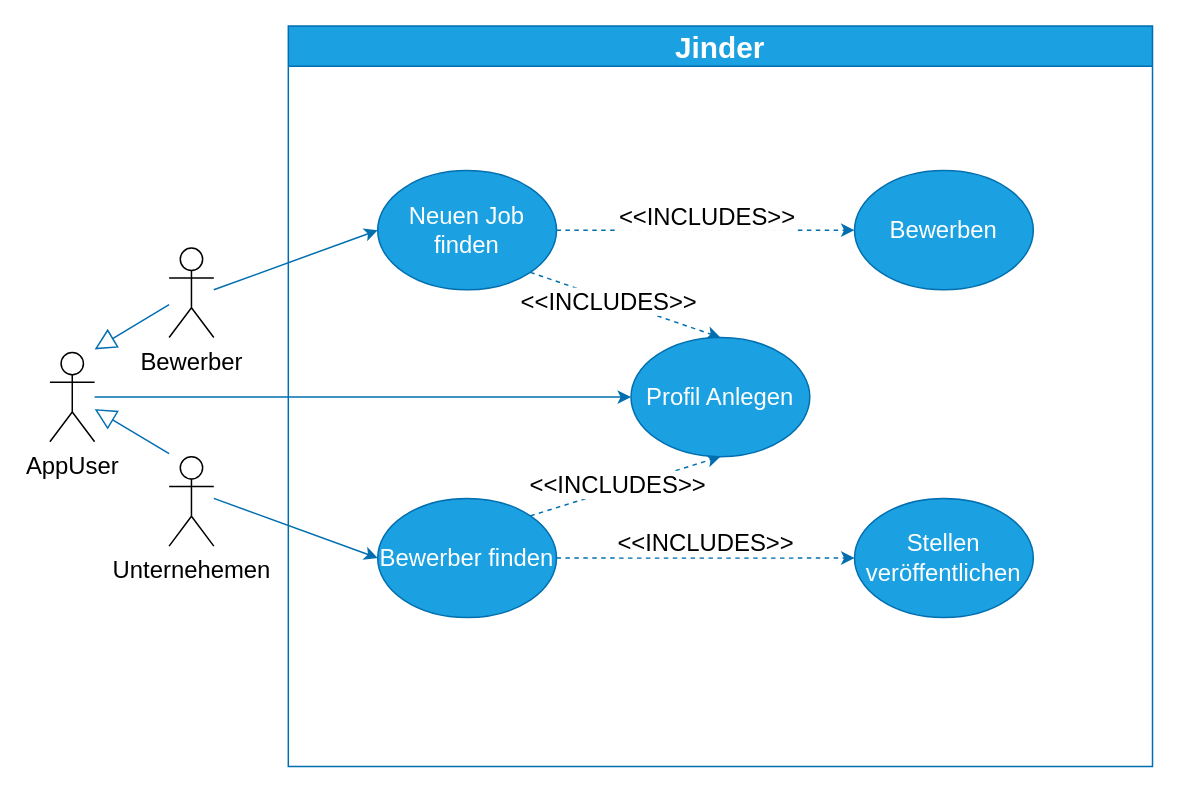
Earlier version of the draw.io diagram page "Anwendungsfalldiagramm" (2 of 3) of presentations/ERM.drawio (tnutzmann/JeeBewerbungsTool). Source tidied: cells renumbered, new cells numbered last; positions are measured from the earlier drawing's top-left corner, leaving out a move shared by most shapes. Both pictures are drawn from the tidied source at 149%, with x=0, y=0 at pixel (49, 25).
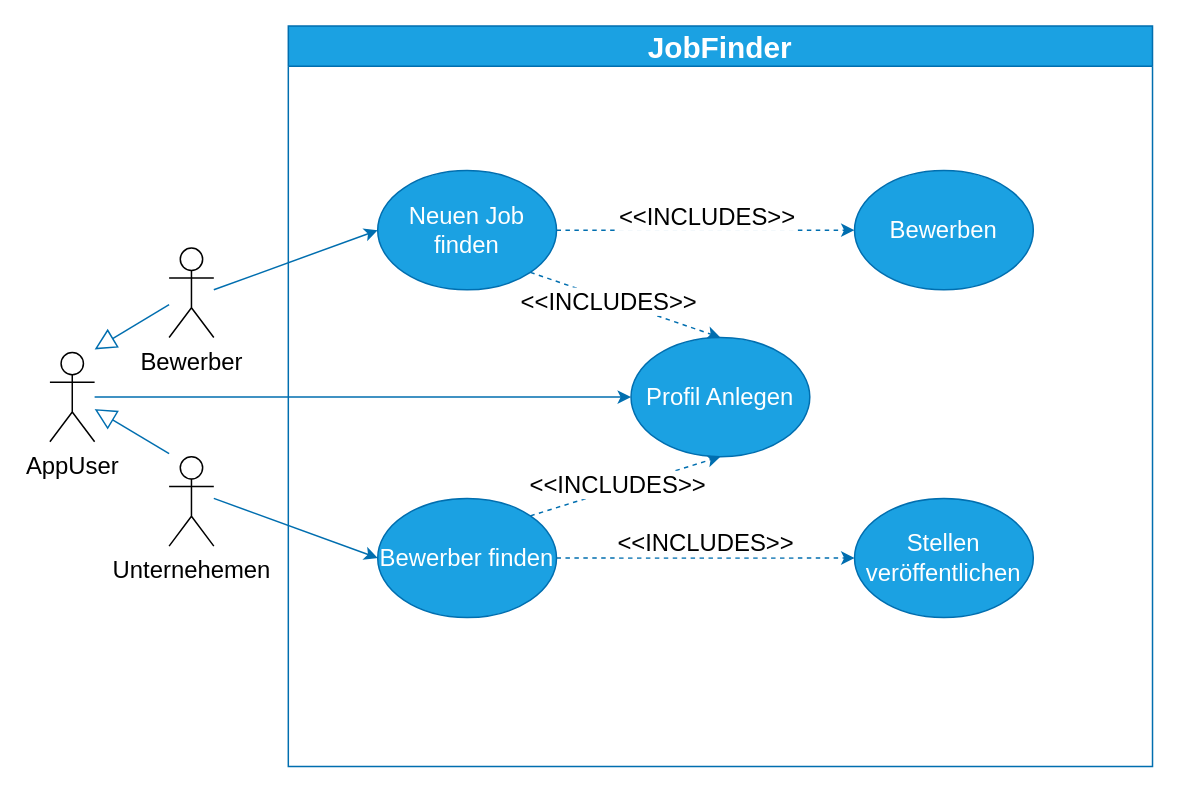
The same diagram, later.

Change to the diagram source:
```diff
@@
-    <mxCell id="6" value="Jinder" style="swimlane;whiteSpace=wrap;html=1;fillColor=#1ba1e2;fontColor=#ffffff;strokeColor=#006EAF;fontSize=20;startSize=27;" parent="1" vertex="1">
+    <mxCell id="6" value="JobFinder" style="swimlane;whiteSpace=wrap;html=1;fillColor=#1ba1e2;fontColor=#ffffff;strokeColor=#006EAF;fontSize=20;startSize=27;" parent="1" vertex="1">
       <mxGeometry x="160" width="580" height="497" as="geometry" />
     </mxCell>
```
